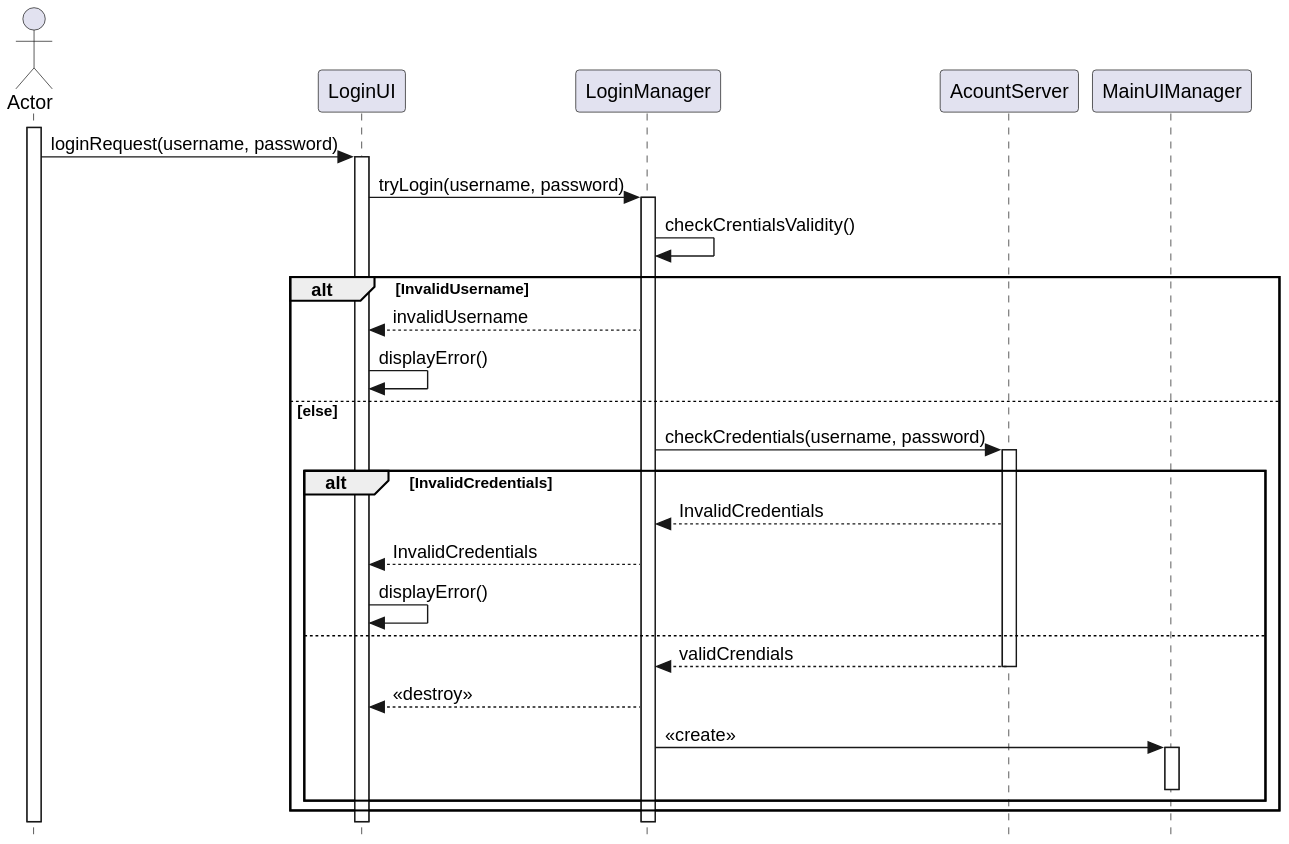
Above: SRD-DOC/uml/sequence/connexion/connexion.svg in ulb-info2-group5/Royal-Blocks (PlantUML), before the change. Source of this version:
```plantuml
@startuml
skinparam style strictuml
actor Actor
participant LoginUI
participant LoginManager
participant AcountServer
participant MainUIManager

activate Actor
Actor -> LoginUI : loginRequest(username, password)
activate LoginUI
LoginUI ->LoginManager : tryLogin(username, password)
activate LoginManager
LoginManager -> LoginManager : checkCrentialsValidity()
alt InvalidUsername
    LoginManager --> LoginUI : invalidUsername
    LoginUI -> LoginUI : displayError()
else else
    LoginManager -> AcountServer : checkCredentials(username, password)
    activate AcountServer
    alt InvalidCredentials
        AcountServer --> LoginManager : InvalidCredentials
        LoginManager --> LoginUI : InvalidCredentials
        LoginUI -> LoginUI : displayError()

    else
        AcountServer --> LoginManager : validCrendials
        deactivate AcountServer
        LoginManager --> LoginUI : <<destroy>>
        LoginManager -> MainUIManager : << create>>
        activate MainUIManager
        deactivate MainUIManager

    end
end
@enduml
```
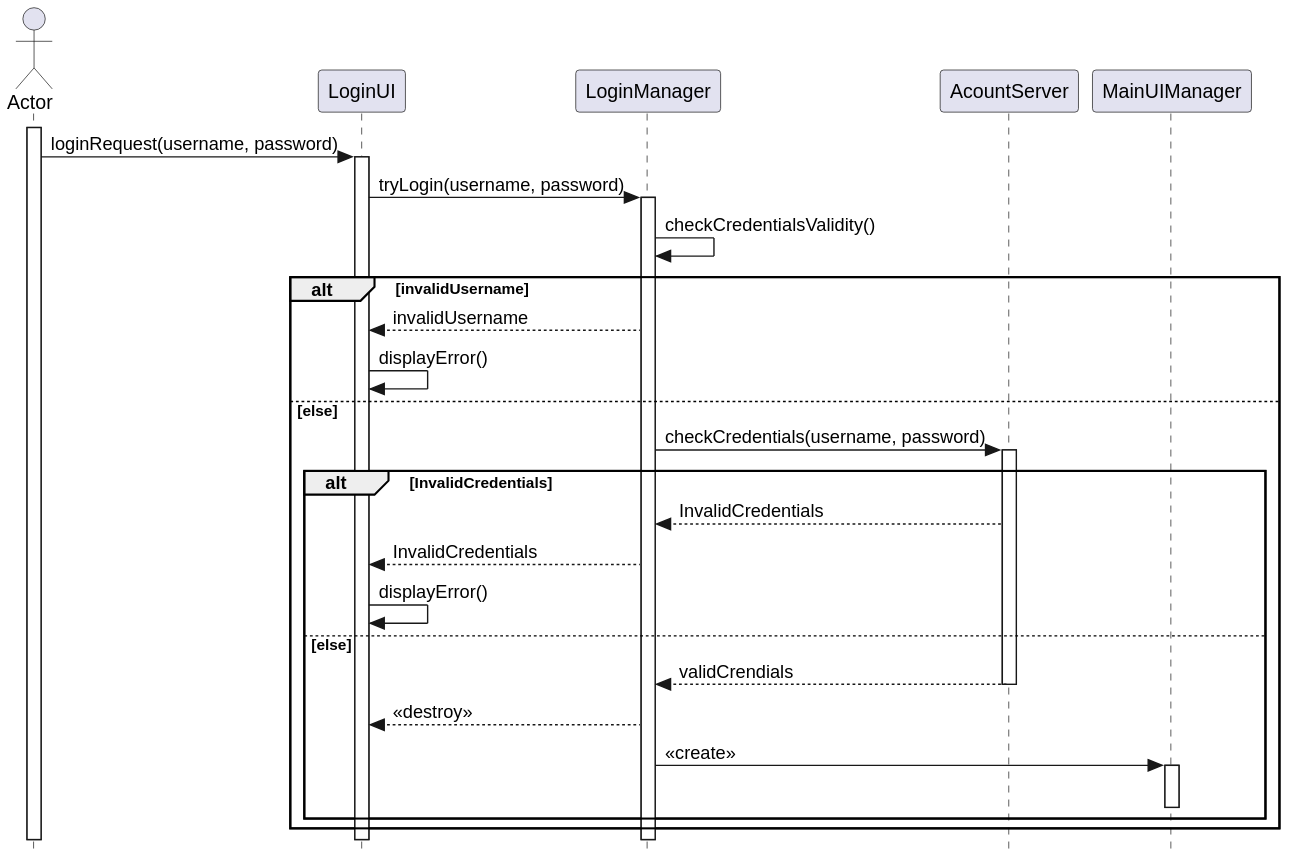
The same file after the commit.

Commit message:
corection in the conexion sequence diagram

Diff of the diagram source:
```diff
@@ -6,13 +6,18 @@
 participant AcountServer
 participant MainUIManager
 
+
+
+
+
 activate Actor
 Actor -> LoginUI : loginRequest(username, password)
 activate LoginUI
 LoginUI ->LoginManager : tryLogin(username, password)
 activate LoginManager
-LoginManager -> LoginManager : checkCrentialsValidity()
-alt InvalidUsername
+
+LoginManager -> LoginManager : checkCredentialsValidity()
+alt invalidUsername
     LoginManager --> LoginUI : invalidUsername
     LoginUI -> LoginUI : displayError()
 else else
@@ -22,8 +27,7 @@
         AcountServer --> LoginManager : InvalidCredentials
         LoginManager --> LoginUI : InvalidCredentials
         LoginUI -> LoginUI : displayError()
-
-    else
+    else else
         AcountServer --> LoginManager : validCrendials
         deactivate AcountServer
         LoginManager --> LoginUI : <<destroy>>
```
